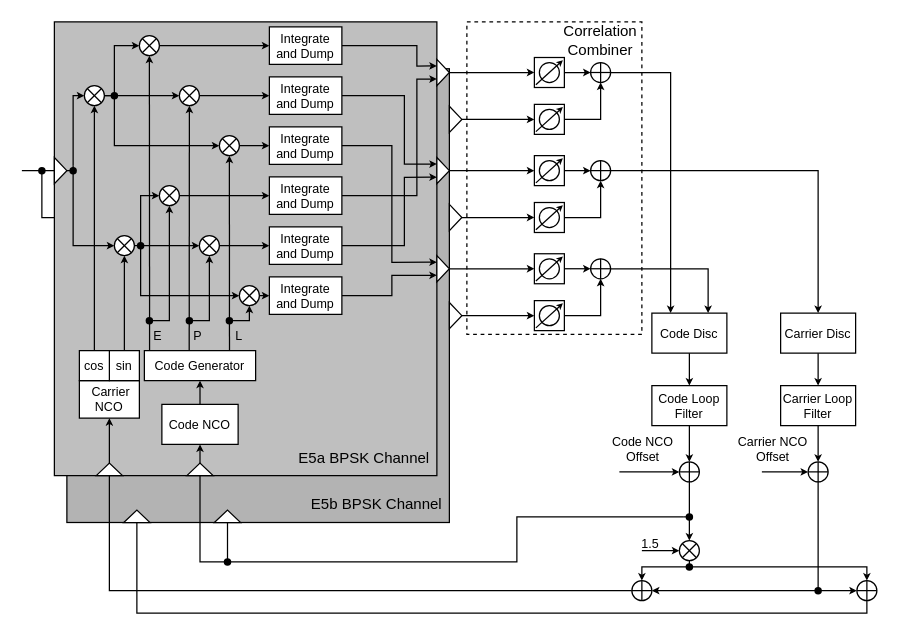
This is page "第 9 页 的副本" (8 of 10) of Untitled Diagram.drawio from FanTongwen/drawio, a draw.io file, before an edit. Source tidied: cells renumbered, new cells numbered last; positions are measured from the earlier drawing's top-left corner, leaving out a move shared by most shapes. Both pictures are drawn from the tidied source at 125%, with x=0, y=0 at pixel (21, 21).
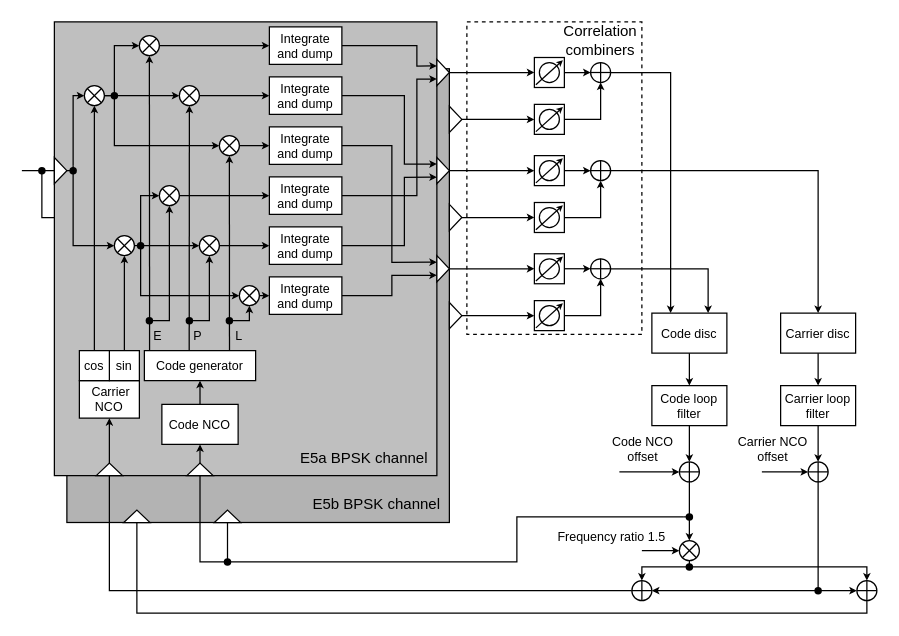
Above is the later version.

The change refers to these unchanged cells:
```xml
<mxCell id="4" style="group;" parent="3" vertex="1">
  <mxGeometry width="316" height="363" as="geometry" />
</mxCell>
```

Change to the diagram source:
```diff
@@
-    <mxCell id="10" value="E5b BPSK Channel" style="text;html=1;strokeColor=none;fillColor=none;align=center;verticalAlign=middle;whiteSpace=wrap;rounded=0;" parent="4" vertex="1">
+    <mxCell id="10" value="E5b BPSK channel" style="text;html=1;strokeColor=none;fillColor=none;align=center;verticalAlign=middle;whiteSpace=wrap;rounded=0;" parent="4" vertex="1">
       <mxGeometry x="190" y="333" width="116" height="30" as="geometry" />
     </mxCell>
@@
-    <mxCell id="27" value="&lt;span style=&quot;font-size: 10px;&quot;&gt;Integrate&lt;br style=&quot;font-size: 10px;&quot;&gt;and Dump&lt;br style=&quot;font-size: 10px;&quot;&gt;&lt;/span&gt;" style="rounded=0;whiteSpace=wrap;html=1;fontSize=10;fontFamily=Arial;" parent="1" vertex="1">
+    <mxCell id="27" value="Integrate&lt;br style=&quot;border-color: var(--border-color);&quot;&gt;and dump&lt;span style=&quot;font-size: 10px;&quot;&gt;&lt;br style=&quot;font-size: 10px;&quot;&gt;&lt;/span&gt;" style="rounded=0;whiteSpace=wrap;html=1;fontSize=10;fontFamily=Arial;" parent="1" vertex="1">
       <mxGeometry x="198" y="204" width="58" height="30" as="geometry" />
     </mxCell>
@@
-    <mxCell id="39" value="&lt;span style=&quot;font-size: 10px;&quot;&gt;Integrate&lt;br style=&quot;font-size: 10px;&quot;&gt;and Dump&lt;br style=&quot;font-size: 10px;&quot;&gt;&lt;/span&gt;" style="rounded=0;whiteSpace=wrap;html=1;fontSize=10;fontFamily=Arial;" parent="1" vertex="1">
+    <mxCell id="39" value="&lt;span style=&quot;font-size: 10px;&quot;&gt;Integrate&lt;br style=&quot;font-size: 10px;&quot;&gt;and dump&lt;br style=&quot;font-size: 10px;&quot;&gt;&lt;/span&gt;" style="rounded=0;whiteSpace=wrap;html=1;fontSize=10;fontFamily=Arial;" parent="1" vertex="1">
       <mxGeometry x="198" y="4" width="58" height="30" as="geometry" />
     </mxCell>
-    <mxCell id="40" value="&lt;span style=&quot;font-size: 10px;&quot;&gt;Integrate&lt;br style=&quot;font-size: 10px;&quot;&gt;and Dump&lt;br style=&quot;font-size: 10px;&quot;&gt;&lt;/span&gt;" style="rounded=0;whiteSpace=wrap;html=1;fontSize=10;fontFamily=Arial;" parent="1" vertex="1">
+    <mxCell id="40" value="&lt;span style=&quot;font-size: 10px;&quot;&gt;Integrate&lt;br style=&quot;font-size: 10px;&quot;&gt;and dump&lt;br style=&quot;font-size: 10px;&quot;&gt;&lt;/span&gt;" style="rounded=0;whiteSpace=wrap;html=1;fontSize=10;fontFamily=Arial;" parent="1" vertex="1">
       <mxGeometry x="198" y="44" width="58" height="30" as="geometry" />
     </mxCell>
-    <mxCell id="41" value="&lt;span style=&quot;font-size: 10px;&quot;&gt;Integrate&lt;br style=&quot;font-size: 10px;&quot;&gt;and Dump&lt;br style=&quot;font-size: 10px;&quot;&gt;&lt;/span&gt;" style="rounded=0;whiteSpace=wrap;html=1;fontSize=10;fontFamily=Arial;" parent="1" vertex="1">
+    <mxCell id="41" value="&lt;span style=&quot;font-size: 10px;&quot;&gt;Integrate&lt;br style=&quot;font-size: 10px;&quot;&gt;and dump&lt;br style=&quot;font-size: 10px;&quot;&gt;&lt;/span&gt;" style="rounded=0;whiteSpace=wrap;html=1;fontSize=10;fontFamily=Arial;" parent="1" vertex="1">
       <mxGeometry x="198" y="84" width="58" height="30" as="geometry" />
     </mxCell>
-    <mxCell id="42" value="&lt;span style=&quot;font-size: 10px;&quot;&gt;Integrate&lt;br style=&quot;font-size: 10px;&quot;&gt;and Dump&lt;br style=&quot;font-size: 10px;&quot;&gt;&lt;/span&gt;" style="rounded=0;whiteSpace=wrap;html=1;fontSize=10;fontFamily=Arial;" parent="1" vertex="1">
+    <mxCell id="42" value="&lt;span style=&quot;font-size: 10px;&quot;&gt;Integrate&lt;br style=&quot;font-size: 10px;&quot;&gt;and dump&lt;br style=&quot;font-size: 10px;&quot;&gt;&lt;/span&gt;" style="rounded=0;whiteSpace=wrap;html=1;fontSize=10;fontFamily=Arial;" parent="1" vertex="1">
       <mxGeometry x="198" y="124" width="58" height="30" as="geometry" />
     </mxCell>
-    <mxCell id="43" value="&lt;span style=&quot;font-size: 10px;&quot;&gt;Integrate&lt;br style=&quot;font-size: 10px;&quot;&gt;and Dump&lt;br style=&quot;font-size: 10px;&quot;&gt;&lt;/span&gt;" style="rounded=0;whiteSpace=wrap;html=1;fontSize=10;fontFamily=Arial;" parent="1" vertex="1">
+    <mxCell id="43" value="Integrate&lt;br style=&quot;border-color: var(--border-color);&quot;&gt;and dump&lt;span style=&quot;font-size: 10px;&quot;&gt;&lt;br style=&quot;font-size: 10px;&quot;&gt;&lt;/span&gt;" style="rounded=0;whiteSpace=wrap;html=1;fontSize=10;fontFamily=Arial;" parent="1" vertex="1">
       <mxGeometry x="198" y="164" width="58" height="30" as="geometry" />
     </mxCell>
@@
-    <mxCell id="47" value="Code Generator" style="rounded=0;whiteSpace=wrap;html=1;points=[[0,0.5,0,0,0],[0,0.75,0,0,0],[0,1,0,0,0],[0.06,0,0,0,0],[0.25,1,0,0,0],[0.4,0,0,0,0],[0.51,1,0,0,0],[0.75,1,0,0,0],[0.76,0,0,0,0],[1,0.25,0,0,0],[1,0.5,0,0,0],[1,0.75,0,0,0],[1,1,0,0,0]];fontSize=10;fontFamily=Arial;" parent="1" vertex="1">
+    <mxCell id="47" value="Code generator" style="rounded=0;whiteSpace=wrap;html=1;points=[[0,0.5,0,0,0],[0,0.75,0,0,0],[0,1,0,0,0],[0.06,0,0,0,0],[0.25,1,0,0,0],[0.4,0,0,0,0],[0.51,1,0,0,0],[0.75,1,0,0,0],[0.76,0,0,0,0],[1,0.25,0,0,0],[1,0.5,0,0,0],[1,0.75,0,0,0],[1,1,0,0,0]];fontSize=10;fontFamily=Arial;" parent="1" vertex="1">
       <mxGeometry x="98" y="263" width="89" height="24" as="geometry" />
     </mxCell>
@@
-    <mxCell id="98" value="E5a BPSK Channel" style="text;html=1;strokeColor=none;fillColor=none;align=center;verticalAlign=middle;whiteSpace=wrap;rounded=0;" parent="1" vertex="1">
+    <mxCell id="98" value="E5a BPSK channel" style="text;html=1;strokeColor=none;fillColor=none;align=center;verticalAlign=middle;whiteSpace=wrap;rounded=0;" parent="1" vertex="1">
       <mxGeometry x="216" y="334" width="116" height="30" as="geometry" />
     </mxCell>
@@
-    <mxCell id="150" value="Code NCO Offset" style="text;html=1;strokeColor=none;fillColor=none;align=center;verticalAlign=middle;whiteSpace=wrap;rounded=0;fontSize=10;fontFamily=Arial;" parent="1" vertex="1">
+    <mxCell id="150" value="Code NCO offset" style="text;html=1;strokeColor=none;fillColor=none;align=center;verticalAlign=middle;whiteSpace=wrap;rounded=0;fontSize=10;fontFamily=Arial;" parent="1" vertex="1">
       <mxGeometry x="462" y="323" width="70" height="37.5" as="geometry" />
     </mxCell>
-    <mxCell id="151" value="1.5" style="text;html=1;strokeColor=none;fillColor=none;align=center;verticalAlign=middle;whiteSpace=wrap;rounded=0;fontSize=10;flipV=1;flipH=0;direction=east;fontFamily=Arial;" parent="1" vertex="1">
-      <mxGeometry x="488" y="406" width="30" height="21" as="geometry" />
+    <mxCell id="151" value="Frequency ratio 1.5" style="text;html=1;strokeColor=none;fillColor=none;align=center;verticalAlign=middle;whiteSpace=wrap;rounded=0;fontSize=10;flipV=1;flipH=0;direction=east;fontFamily=Arial;" parent="1" vertex="1">
+      <mxGeometry x="418" y="401" width="108" height="21" as="geometry" />
     </mxCell>
@@
-    <mxCell id="156" value="Correlation Combiner" style="text;html=1;strokeColor=none;fillColor=none;align=center;verticalAlign=middle;whiteSpace=wrap;rounded=0;" parent="1" vertex="1">
+    <mxCell id="156" value="Correlation combiners" style="text;html=1;strokeColor=none;fillColor=none;align=center;verticalAlign=middle;whiteSpace=wrap;rounded=0;" parent="1" vertex="1">
       <mxGeometry x="432" width="62" height="30" as="geometry" />
     </mxCell>
@@
-    <mxCell id="159" value="Code Disc" style="rounded=0;whiteSpace=wrap;html=1;points=[[0,0,0,0,0],[0,0.25,0,0,0],[0,0.5,0,0,0],[0,0.75,0,0,0],[0,1,0,0,0],[0.07,0,0,0,0],[0.25,0,0,0,0],[0.25,1,0,0,0],[0.5,0,0,0,0],[0.5,1,0,0,0],[0.75,0,0,0,0],[0.75,1,0,0,0],[0.88,0,0,0,0],[1,0,0,0,0],[1,0.25,0,0,0],[1,0.5,0,0,0],[1,0.75,0,0,0],[1,1,0,0,0]];fontSize=10;fontFamily=Arial;" parent="1" vertex="1">
+    <mxCell id="159" value="Code disc" style="rounded=0;whiteSpace=wrap;html=1;points=[[0,0,0,0,0],[0,0.25,0,0,0],[0,0.5,0,0,0],[0,0.75,0,0,0],[0,1,0,0,0],[0.07,0,0,0,0],[0.25,0,0,0,0],[0.25,1,0,0,0],[0.5,0,0,0,0],[0.5,1,0,0,0],[0.75,0,0,0,0],[0.75,1,0,0,0],[0.88,0,0,0,0],[1,0,0,0,0],[1,0.25,0,0,0],[1,0.5,0,0,0],[1,0.75,0,0,0],[1,1,0,0,0]];fontSize=10;fontFamily=Arial;" parent="1" vertex="1">
       <mxGeometry x="504" y="233" width="60" height="32" as="geometry" />
     </mxCell>
-    <mxCell id="160" value="Code Loop Filter" style="rounded=0;whiteSpace=wrap;html=1;points=[[0,0,0,0,0],[0,0.25,0,0,0],[0,0.5,0,0,0],[0,0.75,0,0,0],[0,1,0,0,0],[0.07,0,0,0,0],[0.25,0,0,0,0],[0.25,1,0,0,0],[0.5,0,0,0,0],[0.5,1,0,0,0],[0.75,0,0,0,0],[0.75,1,0,0,0],[0.88,0,0,0,0],[1,0,0,0,0],[1,0.25,0,0,0],[1,0.5,0,0,0],[1,0.75,0,0,0],[1,1,0,0,0]];fontSize=10;fontFamily=Arial;" parent="1" vertex="1">
+    <mxCell id="160" value="Code loop filter" style="rounded=0;whiteSpace=wrap;html=1;points=[[0,0,0,0,0],[0,0.25,0,0,0],[0,0.5,0,0,0],[0,0.75,0,0,0],[0,1,0,0,0],[0.07,0,0,0,0],[0.25,0,0,0,0],[0.25,1,0,0,0],[0.5,0,0,0,0],[0.5,1,0,0,0],[0.75,0,0,0,0],[0.75,1,0,0,0],[0.88,0,0,0,0],[1,0,0,0,0],[1,0.25,0,0,0],[1,0.5,0,0,0],[1,0.75,0,0,0],[1,1,0,0,0]];fontSize=10;fontFamily=Arial;" parent="1" vertex="1">
       <mxGeometry x="504" y="291" width="60" height="32" as="geometry" />
     </mxCell>
@@
-    <mxCell id="165" value="Carrier NCO Offset" style="text;html=1;strokeColor=none;fillColor=none;align=center;verticalAlign=middle;whiteSpace=wrap;rounded=0;fontSize=10;fontFamily=Arial;" parent="1" vertex="1">
+    <mxCell id="165" value="Carrier NCO offset" style="text;html=1;strokeColor=none;fillColor=none;align=center;verticalAlign=middle;whiteSpace=wrap;rounded=0;fontSize=10;fontFamily=Arial;" parent="1" vertex="1">
       <mxGeometry x="566" y="323" width="70" height="37.5" as="geometry" />
     </mxCell>
@@
-    <mxCell id="168" value="Carrier Disc" style="rounded=0;whiteSpace=wrap;html=1;points=[[0,0,0,0,0],[0,0.25,0,0,0],[0,0.5,0,0,0],[0,0.75,0,0,0],[0,1,0,0,0],[0.07,0,0,0,0],[0.25,0,0,0,0],[0.25,1,0,0,0],[0.5,0,0,0,0],[0.5,1,0,0,0],[0.75,0,0,0,0],[0.75,1,0,0,0],[0.88,0,0,0,0],[1,0,0,0,0],[1,0.25,0,0,0],[1,0.5,0,0,0],[1,0.75,0,0,0],[1,1,0,0,0]];fontSize=10;fontFamily=Arial;" parent="1" vertex="1">
+    <mxCell id="168" value="Carrier disc" style="rounded=0;whiteSpace=wrap;html=1;points=[[0,0,0,0,0],[0,0.25,0,0,0],[0,0.5,0,0,0],[0,0.75,0,0,0],[0,1,0,0,0],[0.07,0,0,0,0],[0.25,0,0,0,0],[0.25,1,0,0,0],[0.5,0,0,0,0],[0.5,1,0,0,0],[0.75,0,0,0,0],[0.75,1,0,0,0],[0.88,0,0,0,0],[1,0,0,0,0],[1,0.25,0,0,0],[1,0.5,0,0,0],[1,0.75,0,0,0],[1,1,0,0,0]];fontSize=10;fontFamily=Arial;" parent="1" vertex="1">
       <mxGeometry x="607" y="233" width="60" height="32" as="geometry" />
     </mxCell>
-    <mxCell id="169" value="Carrier Loop Filter" style="rounded=0;whiteSpace=wrap;html=1;points=[[0,0,0,0,0],[0,0.25,0,0,0],[0,0.5,0,0,0],[0,0.75,0,0,0],[0,1,0,0,0],[0.07,0,0,0,0],[0.25,0,0,0,0],[0.25,1,0,0,0],[0.5,0,0,0,0],[0.5,1,0,0,0],[0.75,0,0,0,0],[0.75,1,0,0,0],[0.88,0,0,0,0],[1,0,0,0,0],[1,0.25,0,0,0],[1,0.5,0,0,0],[1,0.75,0,0,0],[1,1,0,0,0]];fontSize=10;fontFamily=Arial;" parent="1" vertex="1">
+    <mxCell id="169" value="Carrier loop filter" style="rounded=0;whiteSpace=wrap;html=1;points=[[0,0,0,0,0],[0,0.25,0,0,0],[0,0.5,0,0,0],[0,0.75,0,0,0],[0,1,0,0,0],[0.07,0,0,0,0],[0.25,0,0,0,0],[0.25,1,0,0,0],[0.5,0,0,0,0],[0.5,1,0,0,0],[0.75,0,0,0,0],[0.75,1,0,0,0],[0.88,0,0,0,0],[1,0,0,0,0],[1,0.25,0,0,0],[1,0.5,0,0,0],[1,0.75,0,0,0],[1,1,0,0,0]];fontSize=10;fontFamily=Arial;" parent="1" vertex="1">
       <mxGeometry x="607" y="291" width="60" height="32" as="geometry" />
     </mxCell>
```
